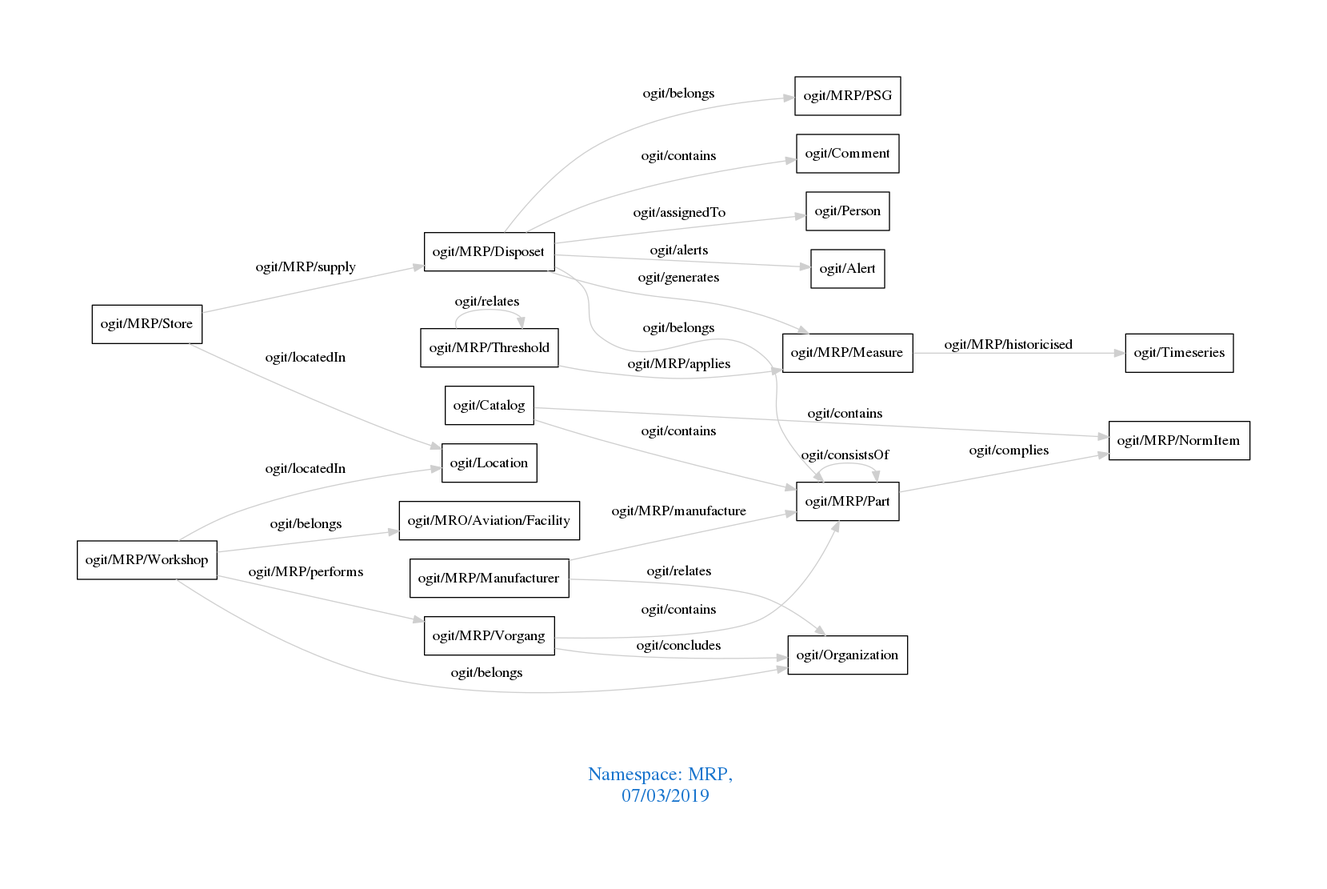
arago/OGIT keeps this Graphviz diagram as downloads/MRP.png. Above is the earlier version. Its source is kept beside it as downloads/MRP.dot.
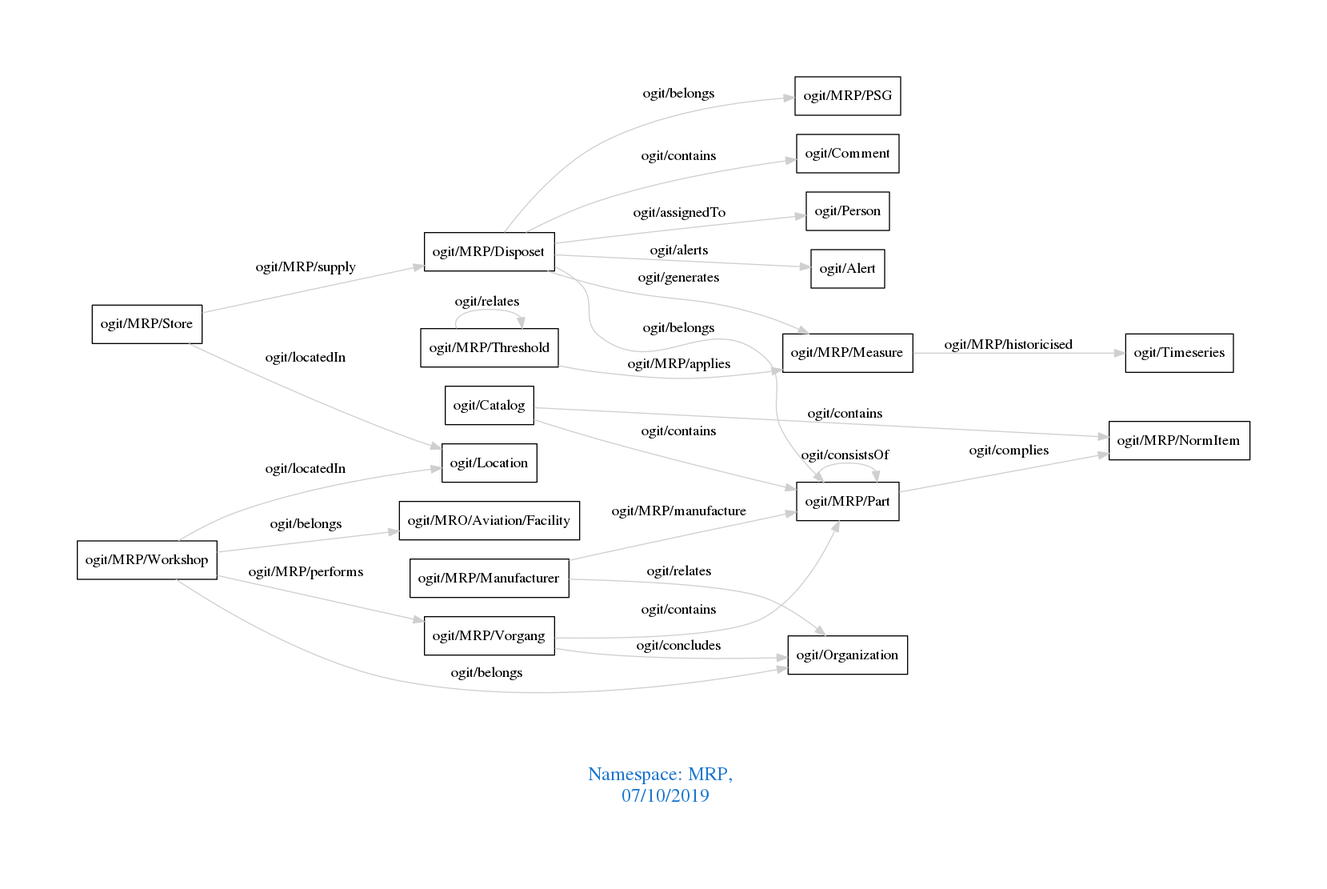
After the change.

Change to the diagram source:
```diff
@@ -1,7 +1,7 @@
 digraph OGIT_ontology {
  graph [ rankdir= LR,pad=1
 fontsize = 18,
-fontcolor= dodgerblue3,label = "\n\n\nNamespace: MRP, \n 07/03/2019"];
+fontcolor= dodgerblue3,label = "\n\n\nNamespace: MRP, \n 07/10/2019"];
 node[shape=polygon];
 edge [  color="gray81"];
 
```
